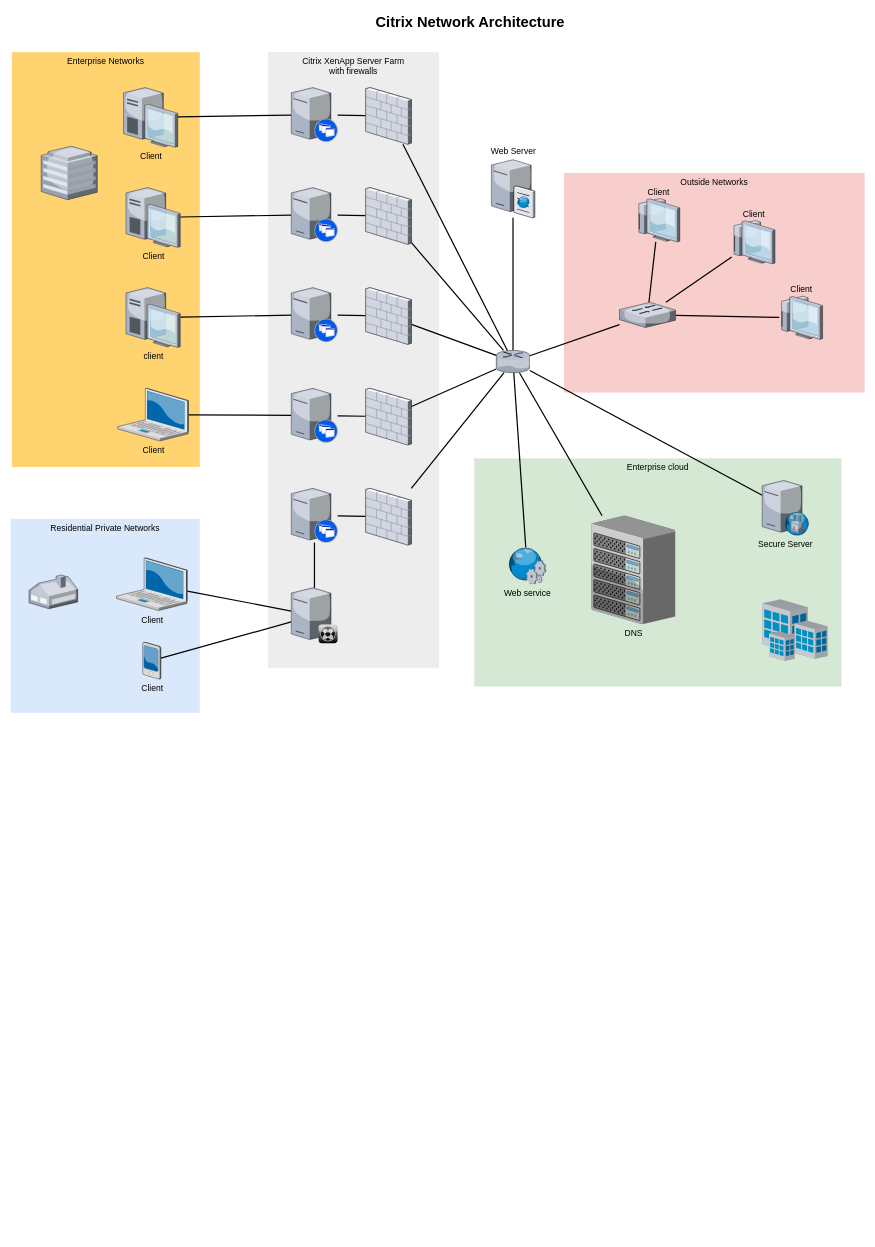
This is net.drawio from xiaolilaoli/draw, a draw.io file, before an edit. Source tidied: cells renumbered, new cells numbered last; positions are measured from the earlier drawing's top-left corner, leaving out a move shared by most shapes. Both pictures are drawn from the tidied source at 61%, with x=0, y=0 at pixel (10, 10).
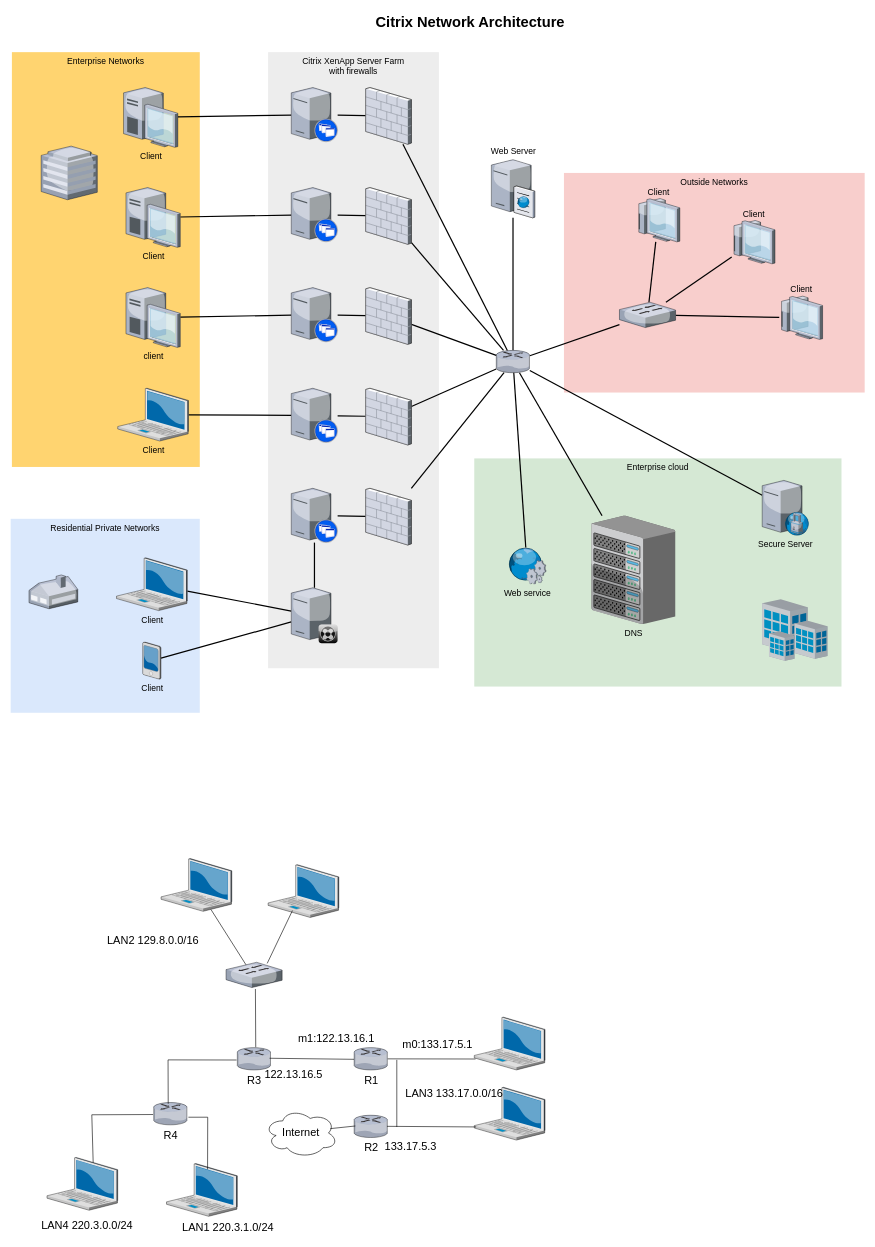
After the change.

Diff of the diagram source:
```diff
@@
+    <mxCell id="62" style="verticalLabelPosition=bottom;html=1;verticalAlign=top;strokeColor=none;shape=mxgraph.citrix.laptop_2;fillColor=#66B2FF;gradientColor=#0066CC;fontSize=14;" parent="1" vertex="1">
+      <mxGeometry x="246.5" y="1390" width="116" height="86.5" as="geometry" />
+    </mxCell>
+    <mxCell id="63" value="R3" style="verticalLabelPosition=bottom;html=1;verticalAlign=top;strokeColor=none;shape=mxgraph.citrix.router;fillColor=#66B2FF;gradientColor=#0066CC;fontSize=18;" parent="1" vertex="1">
+      <mxGeometry x="371.5" y="1700" width="55" height="36.5" as="geometry" />
+    </mxCell>
+    <mxCell id="64" style="verticalLabelPosition=bottom;html=1;verticalAlign=top;strokeColor=none;shape=mxgraph.citrix.switch;fillColor=#66B2FF;gradientColor=#0066CC;fontSize=18;" parent="1" vertex="1">
+      <mxGeometry x="353" y="1560" width="92" height="41.5" as="geometry" />
+    </mxCell>
+    <mxCell id="65" style="verticalLabelPosition=bottom;html=1;verticalAlign=top;strokeColor=none;shape=mxgraph.citrix.laptop_2;fillColor=#66B2FF;gradientColor=#0066CC;fontSize=14;" parent="1" vertex="1">
+      <mxGeometry x="422" y="1400" width="116" height="86.5" as="geometry" />
+    </mxCell>
+    <mxCell id="66" value="R4" style="verticalLabelPosition=bottom;html=1;verticalAlign=top;strokeColor=none;shape=mxgraph.citrix.router;fillColor=#66B2FF;gradientColor=#0066CC;fontSize=18;" parent="1" vertex="1">
+      <mxGeometry x="234.5" y="1790" width="55" height="36.5" as="geometry" />
+    </mxCell>
+    <mxCell id="67" value="R1" style="verticalLabelPosition=bottom;html=1;verticalAlign=top;strokeColor=none;shape=mxgraph.citrix.router;fillColor=#66B2FF;gradientColor=#0066CC;fontSize=18;" parent="1" vertex="1">
+      <mxGeometry x="563" y="1700" width="55" height="36.5" as="geometry" />
+    </mxCell>
+    <mxCell id="68" style="verticalLabelPosition=bottom;html=1;verticalAlign=top;strokeColor=none;shape=mxgraph.citrix.laptop_2;fillColor=#66B2FF;gradientColor=#0066CC;fontSize=18;" parent="1" vertex="1">
+      <mxGeometry x="760" y="1650" width="116" height="86.5" as="geometry" />
+    </mxCell>
+    <mxCell id="69" style="verticalLabelPosition=bottom;html=1;verticalAlign=top;strokeColor=none;shape=mxgraph.citrix.laptop_2;fillColor=#66B2FF;gradientColor=#0066CC;fontSize=18;" parent="1" vertex="1">
+      <mxGeometry x="760" y="1765" width="116" height="86.5" as="geometry" />
+    </mxCell>
+    <mxCell id="70" value="R2" style="verticalLabelPosition=bottom;html=1;verticalAlign=top;strokeColor=none;shape=mxgraph.citrix.router;fillColor=#66B2FF;gradientColor=#0066CC;fontSize=18;" parent="1" vertex="1">
+      <mxGeometry x="563" y="1810.8" width="55" height="36.5" as="geometry" />
+    </mxCell>
+    <mxCell id="71" value="Internet" style="ellipse;shape=cloud;whiteSpace=wrap;html=1;fontSize=18;" parent="1" vertex="1">
+      <mxGeometry x="416" y="1800" width="120" height="80" as="geometry" />
+    </mxCell>
+    <mxCell id="72" style="verticalLabelPosition=bottom;html=1;verticalAlign=top;strokeColor=none;shape=mxgraph.citrix.laptop_2;fillColor=#66B2FF;gradientColor=#0066CC;fontSize=18;" parent="1" vertex="1">
+      <mxGeometry x="59.5" y="1880" width="116" height="86.5" as="geometry" />
+    </mxCell>
+    <mxCell id="73" style="verticalLabelPosition=bottom;html=1;verticalAlign=top;strokeColor=none;shape=mxgraph.citrix.laptop_2;fillColor=#66B2FF;gradientColor=#0066CC;fontSize=18;" parent="1" vertex="1">
+      <mxGeometry x="255.5" y="1890" width="116" height="86.5" as="geometry" />
+    </mxCell>
+    <mxCell id="74" style="endArrow=none;html=1;rounded=0;entryX=0.706;entryY=0.966;entryDx=0;entryDy=0;entryPerimeter=0;exitX=0.356;exitY=0.098;exitDx=0;exitDy=0;exitPerimeter=0;" parent="1" edge="1" source="64" target="62">
+      <mxGeometry relative="1" as="geometry" />
+    </mxCell>
+    <mxCell id="75" style="endArrow=none;html=1;rounded=0;entryX=-0.022;entryY=0.554;entryDx=0;entryDy=0;entryPerimeter=0;exitX=0.432;exitY=0.053;exitDx=0;exitDy=0;exitPerimeter=0;fontSize=18;" parent="1" edge="1" source="66" target="63">
+      <mxGeometry relative="1" as="geometry">
+        <Array as="points">
+          <mxPoint x="258" y="1720" />
+        </Array>
+      </mxGeometry>
+    </mxCell>
+    <mxCell id="76" style="endArrow=none;html=1;rounded=0;exitX=0.524;exitY=1.055;exitDx=0;exitDy=0;exitPerimeter=0;entryX=0.55;entryY=-0.021;entryDx=0;entryDy=0;entryPerimeter=0;fontSize=18;" parent="1" edge="1" source="64" target="63">
+      <mxGeometry relative="1" as="geometry" />
+    </mxCell>
+    <mxCell id="77" style="endArrow=none;html=1;rounded=0;entryX=0.9;entryY=0.409;entryDx=0;entryDy=0;entryPerimeter=0;exitX=0.037;exitY=0.482;exitDx=0;exitDy=0;exitPerimeter=0;fontSize=18;" parent="1" edge="1" source="70" target="71">
+      <mxGeometry relative="1" as="geometry" />
+    </mxCell>
+    <mxCell id="78" style="endArrow=none;html=1;rounded=0;fontSize=18;" parent="1" edge="1">
+      <mxGeometry relative="1" as="geometry">
+        <mxPoint x="633" y="1830" as="sourcePoint" />
+        <mxPoint x="633" y="1720" as="targetPoint" />
+      </mxGeometry>
+    </mxCell>
+    <mxCell id="79" style="endArrow=none;html=1;rounded=0;entryX=0.98;entryY=0.497;entryDx=0;entryDy=0;entryPerimeter=0;exitX=0.026;exitY=0.751;exitDx=0;exitDy=0;exitPerimeter=0;fontSize=18;" parent="1" edge="1" source="69" target="70">
+      <mxGeometry relative="1" as="geometry" />
+    </mxCell>
+    <mxCell id="80" style="endArrow=none;html=1;rounded=0;exitX=0.018;exitY=0.793;exitDx=0;exitDy=0;exitPerimeter=0;fontSize=18;" parent="1" edge="1" source="68" target="67">
+      <mxGeometry relative="1" as="geometry" />
+    </mxCell>
+    <mxCell id="81" style="endArrow=none;html=1;rounded=0;entryX=0.961;entryY=0.475;entryDx=0;entryDy=0;entryPerimeter=0;exitX=-0.003;exitY=0.523;exitDx=0;exitDy=0;exitPerimeter=0;fontSize=18;" parent="1" edge="1" source="67" target="63">
+      <mxGeometry relative="1" as="geometry" />
+    </mxCell>
+    <mxCell id="82" style="endArrow=none;html=1;rounded=0;entryX=0.344;entryY=0.87;entryDx=0;entryDy=0;entryPerimeter=0;exitX=0.734;exitY=0.045;exitDx=0;exitDy=0;exitPerimeter=0;" parent="1" edge="1" source="64" target="65">
+      <mxGeometry relative="1" as="geometry" />
+    </mxCell>
+    <mxCell id="83" style="endArrow=none;html=1;rounded=0;entryX=-0.019;entryY=0.537;entryDx=0;entryDy=0;entryPerimeter=0;exitX=0.653;exitY=0.098;exitDx=0;exitDy=0;exitPerimeter=0;fontSize=18;" parent="1" edge="1" source="72" target="66">
+      <mxGeometry relative="1" as="geometry">
+        <Array as="points">
+          <mxPoint x="133" y="1810" />
+        </Array>
+      </mxGeometry>
+    </mxCell>
+    <mxCell id="84" style="endArrow=none;html=1;rounded=0;entryX=1.034;entryY=0.658;entryDx=0;entryDy=0;entryPerimeter=0;exitX=0.58;exitY=0.11;exitDx=0;exitDy=0;exitPerimeter=0;fontSize=18;" parent="1" edge="1" source="73" target="66">
+      <mxGeometry relative="1" as="geometry">
+        <Array as="points">
+          <mxPoint x="323" y="1814" />
+        </Array>
+      </mxGeometry>
+    </mxCell>
+    <mxCell id="85" value="&lt;font style=&quot;font-size: 18px;&quot;&gt;LAN2 129.8.0.0/16&lt;/font&gt;" style="text;html=1;strokeColor=none;fillColor=none;align=center;verticalAlign=middle;whiteSpace=wrap;rounded=0;fontSize=18;" parent="1" vertex="1">
+      <mxGeometry x="124" y="1510" width="219" height="30" as="geometry" />
+    </mxCell>
+    <mxCell id="86" value="&lt;span style=&quot;font-size: 18px;&quot;&gt;m1:122.13.16.1&lt;/span&gt;" style="text;html=1;strokeColor=none;fillColor=none;align=center;verticalAlign=middle;whiteSpace=wrap;rounded=0;fontSize=18;" parent="1" vertex="1">
+      <mxGeometry x="460" y="1670" width="148" height="30" as="geometry" />
+    </mxCell>
+    <mxCell id="87" value="&lt;span style=&quot;font-size: 18px;&quot;&gt;122.13.16.5&lt;/span&gt;" style="text;html=1;strokeColor=none;fillColor=none;align=center;verticalAlign=middle;whiteSpace=wrap;rounded=0;fontSize=18;" parent="1" vertex="1">
+      <mxGeometry x="390" y="1730" width="148" height="30" as="geometry" />
+    </mxCell>
+    <mxCell id="88" value="&lt;span style=&quot;font-size: 18px;&quot;&gt;m0:133.17.5.1&lt;/span&gt;" style="text;html=1;strokeColor=none;fillColor=none;align=center;verticalAlign=middle;whiteSpace=wrap;rounded=0;fontSize=18;" parent="1" vertex="1">
+      <mxGeometry x="626" y="1680" width="148" height="30" as="geometry" />
+    </mxCell>
+    <mxCell id="89" value="&lt;font style=&quot;font-size: 18px;&quot;&gt;LAN3 133.17.0.0/16&lt;/font&gt;" style="text;html=1;strokeColor=none;fillColor=none;align=center;verticalAlign=middle;whiteSpace=wrap;rounded=0;fontSize=18;" parent="1" vertex="1">
+      <mxGeometry x="618" y="1760" width="219" height="30" as="geometry" />
+    </mxCell>
+    <mxCell id="90" value="&lt;span style=&quot;font-size: 18px;&quot;&gt;133.17.5.3&lt;/span&gt;" style="text;html=1;strokeColor=none;fillColor=none;align=center;verticalAlign=middle;whiteSpace=wrap;rounded=0;fontSize=18;" parent="1" vertex="1">
+      <mxGeometry x="582" y="1847.2" width="148" height="30" as="geometry" />
+    </mxCell>
+    <mxCell id="91" value="&lt;font style=&quot;font-size: 18px;&quot;&gt;LAN1 220.3.1.0/24&lt;/font&gt;" style="text;html=1;strokeColor=none;fillColor=none;align=center;verticalAlign=middle;whiteSpace=wrap;rounded=0;fontSize=18;" parent="1" vertex="1">
+      <mxGeometry x="246.5" y="1980" width="219" height="30" as="geometry" />
+    </mxCell>
+    <mxCell id="92" value="&lt;font style=&quot;font-size: 18px;&quot;&gt;LAN4 220.3.0.0/24&lt;/font&gt;" style="text;html=1;strokeColor=none;fillColor=none;align=center;verticalAlign=middle;whiteSpace=wrap;rounded=0;fontSize=18;" parent="1" vertex="1">
+      <mxGeometry x="15.5" y="1976.5" width="219" height="30" as="geometry" />
+    </mxCell>
```
